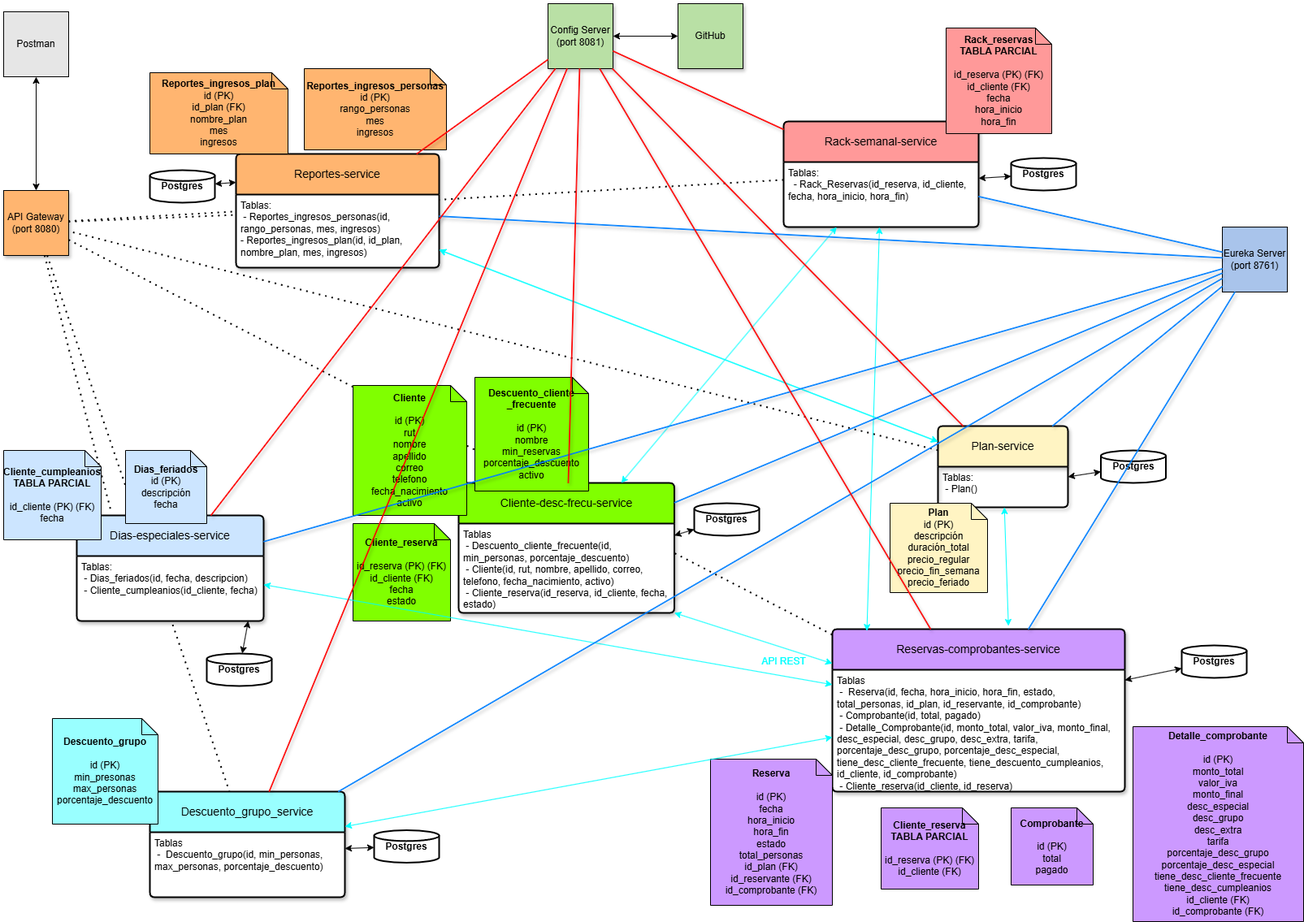
IsaacEspinoza91/Tingeso-Entrega-2 keeps this draw.io diagram as Diagramas/Diagrama Microservicios.png. Above is the earlier version. Source tidied: cells renumbered, new cells last; positions are measured from the earlier drawing's top-left corner, leaving out a move shared by most shapes.
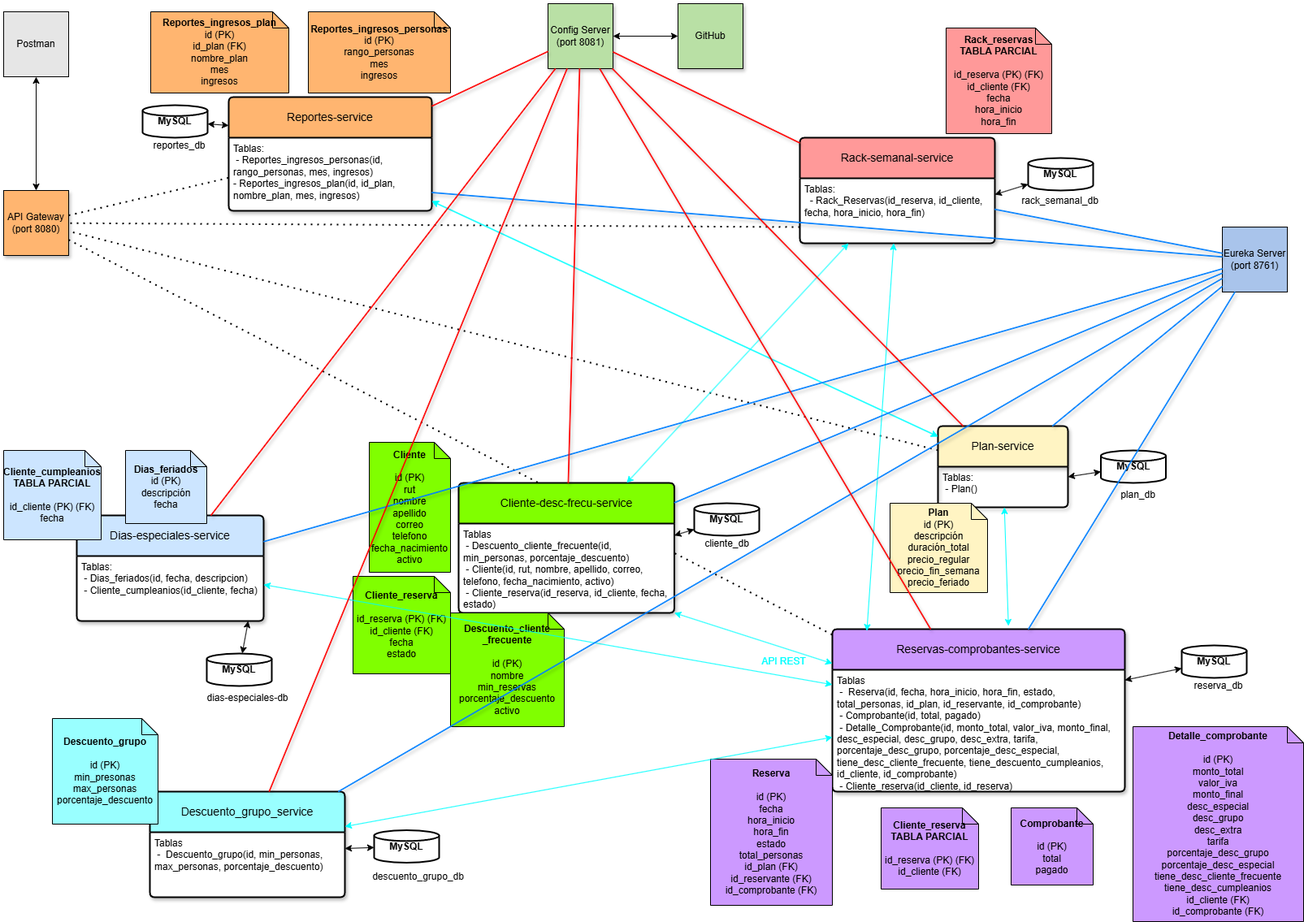
The same diagram one commit later.

What changed in the source:
```diff
@@ -5,7 +5,7 @@
     <mxCell id="2" style="endArrow=none;dashed=1;html=1;dashPattern=1 3;strokeWidth=2;rounded=0;" parent="1" edge="1" source="8" target="24">
       <mxGeometry relative="1" as="geometry" />
     </mxCell>
-    <mxCell id="3" style="endArrow=none;dashed=1;html=1;dashPattern=1 3;strokeWidth=2;rounded=0;" parent="1" edge="1" source="21" target="8">
+    <mxCell id="3" style="endArrow=none;dashed=1;html=1;dashPattern=1 3;strokeWidth=2;rounded=0;exitX=0;exitY=0.75;exitDx=0;exitDy=0;" parent="1" edge="1" source="22" target="8">
       <mxGeometry relative="1" as="geometry" />
     </mxCell>
     <mxCell id="4" style="endArrow=none;dashed=1;html=1;dashPattern=1 3;strokeWidth=2;rounded=0;" parent="1" edge="1" source="14" target="8">
@@ -14,9 +14,6 @@
     <mxCell id="5" style="endArrow=none;dashed=1;html=1;dashPattern=1 3;strokeWidth=2;rounded=0;" parent="1" edge="1" source="8" target="36">
       <mxGeometry relative="1" as="geometry" />
     </mxCell>
-    <mxCell id="6" style="endArrow=none;dashed=1;html=1;dashPattern=1 3;strokeWidth=2;rounded=0;" parent="1" edge="1" source="8" target="28">
-      <mxGeometry relative="1" as="geometry" />
-    </mxCell>
     <mxCell id="7" value="Postman" style="whiteSpace=wrap;html=1;fillColor=#E6E6E6;" parent="1" vertex="1">
       <mxGeometry y="10" width="80" height="80" as="geometry" />
     </mxCell>
@@ -60,7 +57,7 @@
       <mxGeometry y="550" width="120" height="110" as="geometry" />
     </mxCell>
     <mxCell id="21" value="Rack-semanal-service" style="swimlane;horizontal=1;startSize=50;rounded=1;fontSize=14;fontStyle=0;strokeWidth=2;shadow=1;dashed=0;align=center;arcSize=4;whiteSpace=wrap;html=1;fillColor=#FF9999;swimlaneFillColor=default;" parent="1" vertex="1">
-      <mxGeometry x="960" y="145" width="240" height="130" as="geometry" />
+      <mxGeometry x="980" y="165" width="240" height="130" as="geometry" />
     </mxCell>
     <mxCell id="22" value="&lt;div&gt;Tablas:&lt;/div&gt;&lt;div&gt;&lt;span style=&quot;background-color: transparent; color: light-dark(rgb(0, 0, 0), rgb(255, 255, 255));&quot;&gt;&amp;nbsp; -&amp;nbsp;&lt;/span&gt;&lt;span style=&quot;text-align: center; text-wrap-mode: nowrap; background-color: transparent; color: light-dark(rgb(0, 0, 0), rgb(255, 255, 255));&quot;&gt;Rack_Reservas(id_reserva,&amp;nbsp;&lt;/span&gt;&lt;span style=&quot;background-color: transparent; color: light-dark(rgb(0, 0, 0), rgb(255, 255, 255)); text-wrap-mode: nowrap; text-align: center;&quot;&gt;id_cliente,&amp;nbsp;&lt;/span&gt;&lt;/div&gt;&lt;div&gt;&lt;span style=&quot;background-color: transparent; color: light-dark(rgb(0, 0, 0), rgb(255, 255, 255)); text-wrap-mode: nowrap; text-align: center;&quot;&gt;fecha, hora_inicio, hora_fin)&lt;/span&gt;&lt;/div&gt;" style="align=left;strokeColor=none;fillColor=none;spacingLeft=4;spacingRight=4;fontSize=12;verticalAlign=top;html=1;whiteSpace=wrap;" parent="21" vertex="1">
       <mxGeometry y="50" width="240" height="80" as="geometry" />
@@ -69,18 +66,18 @@
       <mxGeometry x="1160" y="30" width="130" height="130" as="geometry" />
     </mxCell>
     <mxCell id="24" value="Reportes-service" style="swimlane;horizontal=1;startSize=50;rounded=1;fontSize=14;fontStyle=0;strokeWidth=2;shadow=1;dashed=0;align=center;arcSize=4;whiteSpace=wrap;html=1;fillColor=#FFB570;swimlaneFillColor=default;" parent="1" vertex="1">
-      <mxGeometry x="286" y="185" width="250" height="140" as="geometry" />
+      <mxGeometry x="277" y="115" width="250" height="140" as="geometry" />
     </mxCell>
     <mxCell id="25" value="&lt;div&gt;Tablas:&lt;/div&gt;&lt;div&gt;&lt;span style=&quot;background-color: transparent; color: light-dark(rgb(0, 0, 0), rgb(255, 255, 255));&quot;&gt;&amp;nbsp;- Reportes_ingresos_personas(id, rango_personas, mes, ingresos)&lt;/span&gt;&lt;/div&gt;&lt;div&gt;&lt;span style=&quot;background-color: transparent; color: light-dark(rgb(0, 0, 0), rgb(255, 255, 255));&quot;&gt;- Reportes_ingresos_plan(id, id_plan, nombre_plan, mes, ingresos)&lt;/span&gt;&lt;/div&gt;" style="align=left;strokeColor=none;fillColor=none;spacingLeft=4;spacingRight=4;fontSize=12;verticalAlign=top;html=1;whiteSpace=wrap;" parent="24" vertex="1">
       <mxGeometry y="50" width="250" height="90" as="geometry" />
     </mxCell>
     <mxCell id="26" value="&lt;div&gt;&lt;span style=&quot;text-align: left;&quot;&gt;&lt;b&gt;Reportes_ingresos_personas&lt;/b&gt;&lt;/span&gt;&lt;/div&gt;id (PK)&lt;div&gt;rango_personas&lt;/div&gt;&lt;div&gt;mes&lt;/div&gt;&lt;div&gt;ingresos&lt;/div&gt;" style="shape=note;size=20;whiteSpace=wrap;html=1;fillColor=#FFB570;" parent="1" vertex="1">
-      <mxGeometry x="370" y="80" width="175" height="100" as="geometry" />
+      <mxGeometry x="375" y="10" width="175" height="100" as="geometry" />
     </mxCell>
     <mxCell id="27" value="&lt;div&gt;&lt;span style=&quot;text-align: left;&quot;&gt;&lt;b&gt;Reportes_ingresos_plan&lt;/b&gt;&lt;/span&gt;&lt;/div&gt;id (PK)&lt;div&gt;id_plan (FK)&lt;br&gt;&lt;div&gt;nombre_plan&lt;/div&gt;&lt;div&gt;mes&lt;/div&gt;&lt;div&gt;ingresos&lt;/div&gt;&lt;/div&gt;" style="shape=note;size=20;whiteSpace=wrap;html=1;fillColor=#FFB570;" parent="1" vertex="1">
-      <mxGeometry x="180" y="85" width="170" height="100" as="geometry" />
+      <mxGeometry x="181" y="10" width="170" height="100" as="geometry" />
     </mxCell>
-    <mxCell id="28" value="Descuento_grupo_service" style="swimlane;horizontal=1;startSize=50;rounded=1;fontSize=14;fontStyle=0;strokeWidth=2;shadow=1;dashed=0;align=center;arcSize=4;whiteSpace=wrap;html=1;fillColor=#99FFFF;swimlaneLine=1;glass=0;swimlaneFillColor=light-dark(#FFFFFF,#EDEDED);gradientColor=none;" parent="1" vertex="1">
+    <mxCell id="28" value="Descuento_grupo_service" style="swimlane;horizontal=1;startSize=50;rounded=1;fontSize=14;fontStyle=0;strokeWidth=2;shadow=1;dashed=0;align=center;arcSize=4;whiteSpace=wrap;html=1;fillColor=#99FFFF;swimlaneLine=1;glass=0;swimlaneFillColor=default;gradientColor=none;" parent="1" vertex="1">
       <mxGeometry x="180" y="970" width="240" height="130" as="geometry" />
     </mxCell>
     <mxCell id="29" value="&lt;div&gt;Tablas&lt;/div&gt;&lt;div&gt;&amp;nbsp;-&amp;nbsp; Descuento_grupo(id, min_personas, max_personas, porcentaje_descuento)&lt;/div&gt;" style="align=left;strokeColor=none;fillColor=none;spacingLeft=4;spacingRight=4;fontSize=12;verticalAlign=top;html=1;whiteSpace=wrap;" parent="28" vertex="1">
@@ -96,13 +93,13 @@
       <mxGeometry y="50" width="265.5" height="110" as="geometry" />
     </mxCell>
     <mxCell id="33" value="&lt;div&gt;&lt;b&gt;Descuento_cliente&lt;/b&gt;&lt;/div&gt;&lt;div&gt;&lt;b&gt;_frecuente&lt;/b&gt;&lt;/div&gt;&lt;div&gt;&lt;br&gt;&lt;/div&gt;id (PK)&lt;div&gt;nombre&lt;/div&gt;&lt;div&gt;min_reservas&lt;/div&gt;&lt;div&gt;porcentaje_descuento&lt;/div&gt;&lt;div&gt;activo&lt;/div&gt;" style="shape=note;size=20;whiteSpace=wrap;html=1;fillColor=#80FF00;" parent="1" vertex="1">
-      <mxGeometry x="580" y="460" width="140" height="140" as="geometry" />
+      <mxGeometry x="550" y="750" width="140" height="140" as="geometry" />
     </mxCell>
     <mxCell id="34" value="&lt;div&gt;&lt;b&gt;Cliente&lt;/b&gt;&lt;/div&gt;&lt;div&gt;&lt;br&gt;&lt;/div&gt;id (PK)&lt;div&gt;rut&lt;/div&gt;&lt;div&gt;nombre&lt;/div&gt;&lt;div&gt;apellido&lt;/div&gt;&lt;div&gt;correo&lt;/div&gt;&lt;div&gt;telefono&lt;/div&gt;&lt;div&gt;fecha_nacimiento&lt;/div&gt;&lt;div&gt;activo&lt;/div&gt;" style="shape=note;size=20;whiteSpace=wrap;html=1;fillColor=#80FF00;" parent="1" vertex="1">
-      <mxGeometry x="430" y="470" width="140" height="160" as="geometry" />
+      <mxGeometry x="450" y="540" width="100" height="160" as="geometry" />
     </mxCell>
     <mxCell id="35" value="&lt;div&gt;&lt;b&gt;Cliente_reserva&lt;/b&gt;&lt;/div&gt;&lt;div&gt;&lt;br&gt;&lt;/div&gt;id_reserva (PK) (FK)&lt;div&gt;id_cliente (FK)&lt;/div&gt;&lt;div&gt;fecha&lt;/div&gt;&lt;div&gt;estado&lt;/div&gt;" style="shape=note;size=20;whiteSpace=wrap;html=1;fillColor=#80FF00;" parent="1" vertex="1">
-      <mxGeometry x="430" y="640" width="120" height="120" as="geometry" />
+      <mxGeometry x="430" y="705" width="120" height="120" as="geometry" />
     </mxCell>
     <mxCell id="36" value="Reservas-comprobantes-service" style="swimlane;horizontal=1;startSize=50;rounded=1;fontSize=14;fontStyle=0;strokeWidth=2;shadow=1;dashed=0;align=center;arcSize=4;whiteSpace=wrap;html=1;fillColor=#CC99FF;swimlaneFillColor=default;" parent="1" vertex="1">
       <mxGeometry x="1020" y="770" width="360" height="200" as="geometry" />
@@ -122,25 +119,25 @@
     <mxCell id="41" value="&lt;div&gt;&lt;b&gt;Cliente_reserva&lt;/b&gt;&lt;/div&gt;&lt;div&gt;&lt;b&gt;TABLA PARCIAL&lt;/b&gt;&lt;/div&gt;&lt;div&gt;&lt;br&gt;&lt;/div&gt;id_reserva (PK) (FK)&lt;div&gt;id_cliente (FK)&lt;/div&gt;" style="shape=note;size=20;whiteSpace=wrap;html=1;fillColor=#CC99FF;" parent="1" vertex="1">
       <mxGeometry x="1080" y="990" width="120" height="100" as="geometry" />
     </mxCell>
-    <mxCell id="42" value="&lt;b&gt;Postgres&lt;/b&gt;" style="strokeWidth=2;html=1;shape=mxgraph.flowchart.database;whiteSpace=wrap;" parent="1" vertex="1">
-      <mxGeometry x="1240" y="190" width="80" height="40" as="geometry" />
+    <mxCell id="42" value="&lt;b&gt;MySQL&lt;/b&gt;" style="strokeWidth=2;html=1;shape=mxgraph.flowchart.database;whiteSpace=wrap;" parent="1" vertex="1">
+      <mxGeometry x="1261" y="190" width="80" height="40" as="geometry" />
     </mxCell>
-    <mxCell id="43" value="&lt;b&gt;Postgres&lt;/b&gt;" style="strokeWidth=2;html=1;shape=mxgraph.flowchart.database;whiteSpace=wrap;" parent="1" vertex="1">
-      <mxGeometry x="180" y="205" width="80" height="40" as="geometry" />
+    <mxCell id="43" value="&lt;b&gt;MySQL&lt;/b&gt;" style="strokeWidth=2;html=1;shape=mxgraph.flowchart.database;whiteSpace=wrap;" parent="1" vertex="1">
+      <mxGeometry x="171" y="125" width="80" height="40" as="geometry" />
     </mxCell>
-    <mxCell id="44" value="&lt;b&gt;Postgres&lt;/b&gt;" style="strokeWidth=2;html=1;shape=mxgraph.flowchart.database;whiteSpace=wrap;" parent="1" vertex="1">
+    <mxCell id="44" value="&lt;b&gt;MySQL&lt;/b&gt;" style="strokeWidth=2;html=1;shape=mxgraph.flowchart.database;whiteSpace=wrap;" parent="1" vertex="1">
       <mxGeometry x="850" y="615" width="80" height="40" as="geometry" />
     </mxCell>
-    <mxCell id="45" value="&lt;b&gt;Postgres&lt;/b&gt;" style="strokeWidth=2;html=1;shape=mxgraph.flowchart.database;whiteSpace=wrap;" parent="1" vertex="1">
+    <mxCell id="45" value="&lt;b&gt;MySQL&lt;/b&gt;" style="strokeWidth=2;html=1;shape=mxgraph.flowchart.database;whiteSpace=wrap;" parent="1" vertex="1">
       <mxGeometry x="250" y="800" width="80" height="40" as="geometry" />
     </mxCell>
-    <mxCell id="46" value="&lt;b&gt;Postgres&lt;/b&gt;" style="strokeWidth=2;html=1;shape=mxgraph.flowchart.database;whiteSpace=wrap;" parent="1" vertex="1">
+    <mxCell id="46" value="&lt;b&gt;MySQL&lt;/b&gt;" style="strokeWidth=2;html=1;shape=mxgraph.flowchart.database;whiteSpace=wrap;" parent="1" vertex="1">
       <mxGeometry x="456" y="1017.5" width="80" height="40" as="geometry" />
     </mxCell>
-    <mxCell id="47" value="&lt;b&gt;Postgres&lt;/b&gt;" style="strokeWidth=2;html=1;shape=mxgraph.flowchart.database;whiteSpace=wrap;" parent="1" vertex="1">
+    <mxCell id="47" value="&lt;b&gt;MySQL&lt;/b&gt;" style="strokeWidth=2;html=1;shape=mxgraph.flowchart.database;whiteSpace=wrap;" parent="1" vertex="1">
       <mxGeometry x="1450" y="790" width="80" height="40" as="geometry" />
     </mxCell>
-    <mxCell id="48" value="&lt;b&gt;Postgres&lt;/b&gt;" style="strokeWidth=2;html=1;shape=mxgraph.flowchart.database;whiteSpace=wrap;" parent="1" vertex="1">
+    <mxCell id="48" value="&lt;b&gt;MySQL&lt;/b&gt;" style="strokeWidth=2;html=1;shape=mxgraph.flowchart.database;whiteSpace=wrap;" parent="1" vertex="1">
       <mxGeometry x="1350.5" y="550" width="80" height="40" as="geometry" />
     </mxCell>
     <mxCell id="49" style="endArrow=classic;startArrow=classic;html=1;rounded=0;entryX=0;entryY=0.25;entryDx=0;entryDy=0;" parent="1" edge="1" source="43" target="24">
@@ -208,7 +205,7 @@
     <mxCell id="69" style="endArrow=none;html=1;rounded=0;strokeColor=#007FFF;shadow=1;shape=link;width=-0.6666666666666661;" parent="1" edge="1" source="31" target="11">
       <mxGeometry relative="1" as="geometry" />
     </mxCell>
-    <mxCell id="70" style="endArrow=none;html=1;rounded=0;strokeColor=#007FFF;shadow=1;shape=link;width=-0.6666666666666661;" parent="1" edge="1" source="11" target="24">
+    <mxCell id="70" style="endArrow=none;html=1;rounded=0;strokeColor=#007FFF;shadow=1;shape=link;width=-0.6666666666666661;entryX=1;entryY=0.75;entryDx=0;entryDy=0;" parent="1" edge="1" source="11" target="25">
       <mxGeometry relative="1" as="geometry" />
     </mxCell>
     <mxCell id="71" style="endArrow=none;html=1;rounded=0;strokeColor=#007FFF;shadow=1;shape=link;width=-0.6666666666666661;" parent="1" edge="1" source="21" target="11">
@@ -235,8 +232,26 @@
     <mxCell id="78" style="endArrow=none;html=1;rounded=0;strokeColor=#FF0000;shadow=1;shape=link;width=-0.6666666666666661;" parent="1" edge="1" source="10" target="14">
       <mxGeometry relative="1" as="geometry" />
     </mxCell>
-    <mxCell id="79" style="endArrow=none;dashed=1;html=1;dashPattern=1 3;strokeWidth=2;rounded=0;entryX=0.186;entryY=-0.02;entryDx=0;entryDy=0;entryPerimeter=0;" parent="1" edge="1" source="8" target="17">
-      <mxGeometry relative="1" as="geometry" />
-    </mxCell>
+    <mxCell id="80" value="cliente_db" style="text;html=1;align=center;verticalAlign=middle;strokeColor=none;fillColor=none;" parent="1" vertex="1">
+      <mxGeometry x="850" y="650" width="80" height="30" as="geometry" />
+    </mxCell>
+    <mxCell id="81" value="&lt;div style=&quot;background-color: rgb(255, 255, 255); color: rgb(8, 8, 8);&quot;&gt;&lt;pre style=&quot;&quot;&gt;&lt;font face=&quot;Helvetica&quot;&gt;descuento_grupo_db&lt;/font&gt;&lt;/pre&gt;&lt;/div&gt;" style="text;html=1;align=center;verticalAlign=middle;strokeColor=none;fillColor=none;" parent="1" vertex="1">
+      <mxGeometry x="440" y="1050" width="140" height="50" as="geometry" />
+    </mxCell>
+    <mxCell id="82" value="plan_db" style="text;html=1;align=center;verticalAlign=middle;strokeColor=none;fillColor=none;" parent="1" vertex="1">
+      <mxGeometry x="1360.5" y="590" width="70" height="30" as="geometry" />
+    </mxCell>
+    <mxCell id="83" value="dias-especiales-db" style="text;html=1;align=center;verticalAlign=middle;strokeColor=none;fillColor=none;" parent="1" vertex="1">
+      <mxGeometry x="240" y="840" width="120" height="30" as="geometry" />
+    </mxCell>
+    <mxCell id="84" value="reserva_db" style="text;html=1;align=center;verticalAlign=middle;strokeColor=none;fillColor=none;" parent="1" vertex="1">
+      <mxGeometry x="1455" y="825" width="80" height="30" as="geometry" />
+    </mxCell>
+    <mxCell id="85" value="reportes_db" style="text;html=1;align=center;verticalAlign=middle;strokeColor=none;fillColor=none;" parent="1" vertex="1">
+      <mxGeometry x="171" y="160" width="90" height="30" as="geometry" />
+    </mxCell>
+    <mxCell id="86" value="rack_semanal_db" style="text;html=1;align=center;verticalAlign=middle;strokeColor=none;fillColor=none;" parent="1" vertex="1">
+      <mxGeometry x="1240" y="228" width="120" height="30" as="geometry" />
+    </mxCell>
   </root>
 </mxGraphModel>
```
